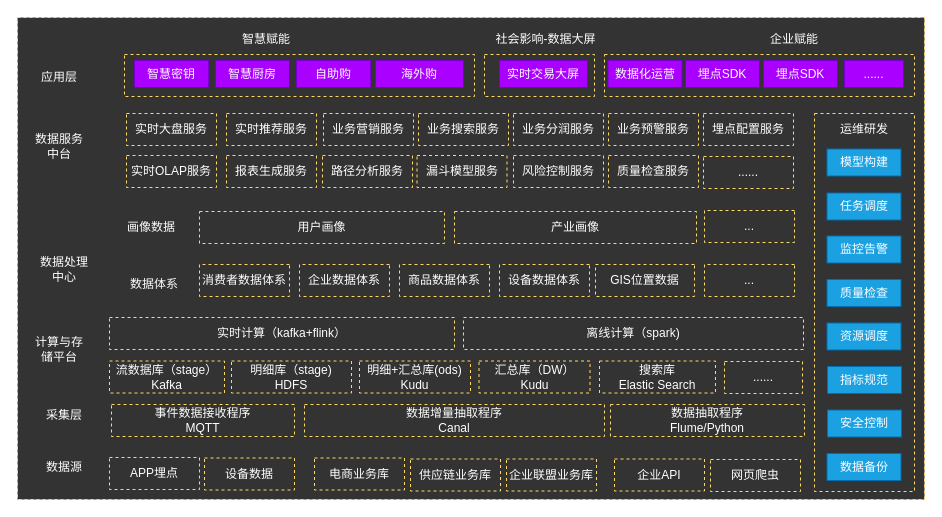
The draw.io diagram page "data-c" (5 of 5) of cgc/cgc-framework.drawio in kinvensan/drawio, before the edit. Source tidied: cells renumbered, new cells numbered last; positions are measured from the earlier drawing's top-left corner, leaving out a move shared by most shapes. Both pictures are drawn from the tidied source at 100%, with x=0, y=0 at pixel (17, 17).
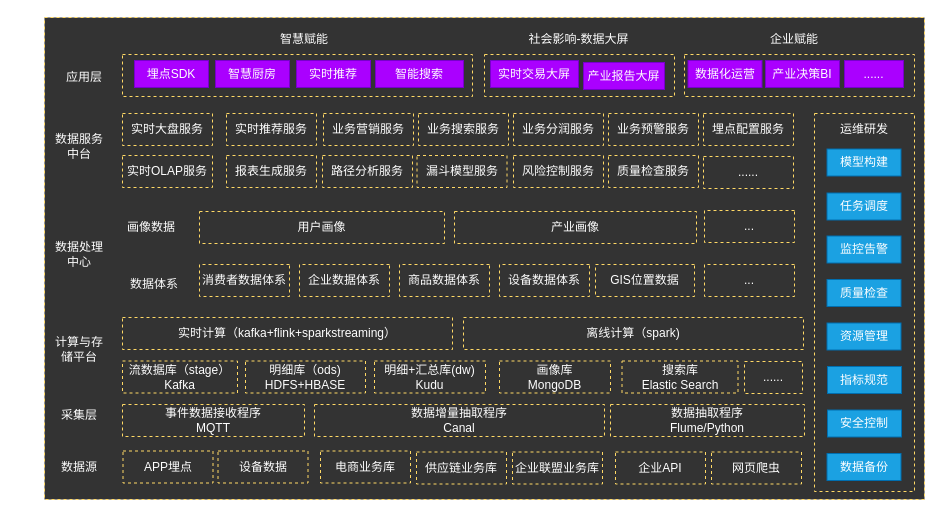
After the change.

What changed in the source:
```diff
@@
     <mxCell id="2" style="rounded=0;whiteSpace=wrap;html=1;dashed=1;strokeColor=#FFD966;fillColor=#333333;fontColor=#FFFFFF;" parent="1" vertex="1">
-      <mxGeometry width="907" height="482" as="geometry" />
+      <mxGeometry x="27" width="880" height="482" as="geometry" />
     </mxCell>
     <mxCell id="3" value="采集层" style="text;html=1;strokeColor=none;fillColor=none;align=center;verticalAlign=middle;whiteSpace=wrap;rounded=0;dashed=1;fontColor=#FFFFFF;" parent="1" vertex="1">
-      <mxGeometry x="17" y="388" width="60" height="20" as="geometry" />
+      <mxGeometry x="32" y="388" width="60" height="20" as="geometry" />
     </mxCell>
     <mxCell id="4" value="数据源" style="text;html=1;strokeColor=none;fillColor=none;align=center;verticalAlign=middle;whiteSpace=wrap;rounded=0;dashed=1;fontColor=#FFFFFF;" parent="1" vertex="1">
-      <mxGeometry x="17" y="440" width="60" height="20" as="geometry" />
+      <mxGeometry x="32" y="440" width="60" height="20" as="geometry" />
     </mxCell>
     <mxCell id="5" value="数据处理中心" style="text;html=1;strokeColor=none;fillColor=none;align=center;verticalAlign=middle;whiteSpace=wrap;rounded=0;dashed=1;fontColor=#FFFFFF;" parent="1" vertex="1">
-      <mxGeometry x="17" y="242" width="60" height="20" as="geometry" />
+      <mxGeometry x="32" y="227" width="60" height="20" as="geometry" />
     </mxCell>
     <mxCell id="6" value="应用层" style="text;html=1;strokeColor=none;fillColor=none;align=center;verticalAlign=middle;whiteSpace=wrap;rounded=0;dashed=1;fontColor=#FFFFFF;" parent="1" vertex="1">
-      <mxGeometry x="17" y="50" width="50" height="20" as="geometry" />
+      <mxGeometry x="42" y="50" width="50" height="20" as="geometry" />
     </mxCell>
     <mxCell id="7" value="&lt;span style=&quot;white-space: normal&quot;&gt;APP埋点&lt;br&gt;&lt;/span&gt;" style="rounded=0;whiteSpace=wrap;html=1;strokeColor=#FFD966;fontColor=#FFFFFF;fillColor=#333333;dashed=1;" parent="1" vertex="1">
-      <mxGeometry x="92" y="440" width="90" height="32" as="geometry" />
+      <mxGeometry x="105.5" y="433.5" width="90" height="32" as="geometry" />
     </mxCell>
     <mxCell id="8" value="&lt;span style=&quot;white-space: normal&quot;&gt;电商业务库&lt;br&gt;&lt;/span&gt;" style="rounded=0;whiteSpace=wrap;html=1;strokeColor=#FFD966;fontColor=#FFFFFF;fillColor=#333333;dashed=1;" parent="1" vertex="1">
-      <mxGeometry x="297" y="440.5" width="90" height="32" as="geometry" />
+      <mxGeometry x="303" y="433.5" width="90" height="32" as="geometry" />
     </mxCell>
     <mxCell id="9" value="&lt;span style=&quot;white-space: normal&quot;&gt;供应链业务库&lt;br&gt;&lt;/span&gt;" style="rounded=0;whiteSpace=wrap;html=1;strokeColor=#FFD966;fontColor=#FFFFFF;fillColor=#333333;dashed=1;" parent="1" vertex="1">
-      <mxGeometry x="393" y="441.5" width="90" height="32" as="geometry" />
+      <mxGeometry x="399" y="434.5" width="90" height="32" as="geometry" />
     </mxCell>
     <mxCell id="10" value="&lt;span style=&quot;white-space: normal&quot;&gt;企业联盟业务库&lt;br&gt;&lt;/span&gt;" style="rounded=0;whiteSpace=wrap;html=1;strokeColor=#FFD966;fontColor=#FFFFFF;fillColor=#333333;dashed=1;" parent="1" vertex="1">
-      <mxGeometry x="489" y="441.5" width="90" height="32" as="geometry" />
+      <mxGeometry x="495" y="434.5" width="90" height="32" as="geometry" />
     </mxCell>
     <mxCell id="11" value="&lt;span style=&quot;white-space: normal&quot;&gt;设备数据&lt;br&gt;&lt;/span&gt;" style="rounded=0;whiteSpace=wrap;html=1;strokeColor=#FFD966;fontColor=#FFFFFF;fillColor=#333333;dashed=1;" parent="1" vertex="1">
-      <mxGeometry x="187" y="440.5" width="90" height="32" as="geometry" />
+      <mxGeometry x="200.5" y="433.5" width="90" height="32" as="geometry" />
     </mxCell>
     <mxCell id="12" value="&lt;span style=&quot;white-space: normal&quot;&gt;企业API&lt;br&gt;&lt;/span&gt;" style="rounded=0;whiteSpace=wrap;html=1;strokeColor=#FFD966;fontColor=#FFFFFF;fillColor=#333333;dashed=1;" parent="1" vertex="1">
-      <mxGeometry x="597" y="441.5" width="90" height="32" as="geometry" />
+      <mxGeometry x="598" y="434.5" width="90" height="32" as="geometry" />
     </mxCell>
     <mxCell id="13" value="&lt;span style=&quot;white-space: normal&quot;&gt;网页爬虫&lt;br&gt;&lt;/span&gt;" style="rounded=0;whiteSpace=wrap;html=1;strokeColor=#FFD966;fontColor=#FFFFFF;fillColor=#333333;dashed=1;" parent="1" vertex="1">
-      <mxGeometry x="693" y="442" width="90" height="32" as="geometry" />
+      <mxGeometry x="694" y="434.5" width="90" height="32" as="geometry" />
     </mxCell>
     <mxCell id="14" value="&lt;span style=&quot;white-space: normal&quot;&gt;事件数据接收程序&lt;br&gt;MQTT&lt;br&gt;&lt;/span&gt;" style="rounded=0;whiteSpace=wrap;html=1;strokeColor=#FFD966;fontColor=#FFFFFF;fillColor=#333333;dashed=1;" parent="1" vertex="1">
-      <mxGeometry x="94" y="387" width="183" height="32" as="geometry" />
+      <mxGeometry x="105" y="387" width="182" height="32" as="geometry" />
     </mxCell>
     <mxCell id="15" value="&lt;span style=&quot;white-space: normal&quot;&gt;数据增量抽取程序&lt;br&gt;Canal&lt;br&gt;&lt;/span&gt;" style="rounded=0;whiteSpace=wrap;html=1;strokeColor=#FFD966;fontColor=#FFFFFF;fillColor=#333333;dashed=1;" parent="1" vertex="1">
-      <mxGeometry x="287" y="387" width="300" height="32" as="geometry" />
+      <mxGeometry x="297" y="387" width="290" height="32" as="geometry" />
     </mxCell>
@@
     <mxCell id="17" value="数据服务中台" style="text;html=1;strokeColor=none;fillColor=none;align=center;verticalAlign=middle;whiteSpace=wrap;rounded=0;dashed=1;fontColor=#FFFFFF;" parent="1" vertex="1">
-      <mxGeometry x="12" y="119" width="60" height="20" as="geometry" />
+      <mxGeometry x="32" y="119" width="60" height="20" as="geometry" />
     </mxCell>
     <mxCell id="18" value="&lt;span style=&quot;white-space: normal&quot;&gt;&lt;br&gt;&lt;/span&gt;" style="rounded=0;whiteSpace=wrap;html=1;strokeColor=#FFD966;fontColor=#FFFFFF;fillColor=#333333;dashed=1;" parent="1" vertex="1">
-      <mxGeometry x="107" y="37" width="350" height="42" as="geometry" />
+      <mxGeometry x="105" y="37" width="350" height="42" as="geometry" />
     </mxCell>
     <mxCell id="19" value="&lt;span style=&quot;white-space: normal&quot;&gt;&lt;br&gt;&lt;/span&gt;" style="rounded=0;whiteSpace=wrap;html=1;strokeColor=#FFD966;fontColor=#FFFFFF;fillColor=#333333;dashed=1;" parent="1" vertex="1">
-      <mxGeometry x="467" y="37" width="110" height="42" as="geometry" />
+      <mxGeometry x="467" y="37" width="190" height="42" as="geometry" />
     </mxCell>
     <mxCell id="20" value="&lt;span style=&quot;white-space: normal&quot;&gt;实时大盘服务&lt;br&gt;&lt;/span&gt;" style="rounded=0;whiteSpace=wrap;html=1;strokeColor=#FFD966;fontColor=#FFFFFF;fillColor=#333333;dashed=1;" parent="1" vertex="1">
-      <mxGeometry x="109" y="96" width="90" height="32" as="geometry" />
+      <mxGeometry x="105" y="96" width="90" height="32" as="geometry" />
     </mxCell>
@@
     <mxCell id="28" value="&lt;span style=&quot;white-space: normal&quot;&gt;实时OLAP服务&lt;br&gt;&lt;/span&gt;" style="rounded=0;whiteSpace=wrap;html=1;strokeColor=#FFD966;fontColor=#FFFFFF;fillColor=#333333;dashed=1;" parent="1" vertex="1">
-      <mxGeometry x="109" y="138" width="90" height="32" as="geometry" />
+      <mxGeometry x="105" y="138" width="90" height="32" as="geometry" />
     </mxCell>
@@
-    <mxCell id="34" value="&lt;span style=&quot;white-space: normal&quot;&gt;实时计算（kafka+flink）&lt;br&gt;&lt;/span&gt;" style="rounded=0;whiteSpace=wrap;html=1;strokeColor=#FFD966;fontColor=#FFFFFF;fillColor=#333333;dashed=1;" parent="1" vertex="1">
-      <mxGeometry x="92" y="300" width="345" height="32" as="geometry" />
+    <mxCell id="34" value="&lt;span style=&quot;white-space: normal&quot;&gt;实时计算（kafka+flink+sparkstreaming）&lt;br&gt;&lt;/span&gt;" style="rounded=0;whiteSpace=wrap;html=1;strokeColor=#FFD966;fontColor=#FFFFFF;fillColor=#333333;dashed=1;" parent="1" vertex="1">
+      <mxGeometry x="105" y="300" width="330" height="32" as="geometry" />
     </mxCell>
@@
     <mxCell id="44" value="计算与存储平台" style="text;html=1;strokeColor=none;fillColor=none;align=center;verticalAlign=middle;whiteSpace=wrap;rounded=0;dashed=1;fontColor=#FFFFFF;" parent="1" vertex="1">
-      <mxGeometry x="12" y="322" width="60" height="20" as="geometry" />
+      <mxGeometry x="32" y="322" width="60" height="20" as="geometry" />
     </mxCell>
     <mxCell id="45" value="&lt;span style=&quot;white-space: normal&quot;&gt;流数据库（&lt;/span&gt;stage）&lt;span style=&quot;white-space: normal&quot;&gt;&lt;br&gt;Kafka&lt;br&gt;&lt;/span&gt;" style="rounded=0;whiteSpace=wrap;html=1;strokeColor=#FFD966;fontColor=#FFFFFF;fillColor=#333333;dashed=1;" parent="1" vertex="1">
-      <mxGeometry x="92" y="343.5" width="115" height="32" as="geometry" />
+      <mxGeometry x="105" y="343.5" width="115" height="32" as="geometry" />
     </mxCell>
-    <mxCell id="46" value="&lt;span style=&quot;white-space: normal&quot;&gt;明细库（stage)&lt;br&gt;HDFS&lt;br&gt;&lt;/span&gt;" style="rounded=0;whiteSpace=wrap;html=1;strokeColor=#FFD966;fontColor=#FFFFFF;fillColor=#333333;dashed=1;" parent="1" vertex="1">
-      <mxGeometry x="214" y="343.5" width="120" height="32" as="geometry" />
+    <mxCell id="46" value="&lt;span style=&quot;white-space: normal&quot;&gt;明细库（ods)&lt;br&gt;HDFS+HBASE&lt;br&gt;&lt;/span&gt;" style="rounded=0;whiteSpace=wrap;html=1;strokeColor=#FFD966;fontColor=#FFFFFF;fillColor=#333333;dashed=1;" parent="1" vertex="1">
+      <mxGeometry x="228" y="343.5" width="120" height="32" as="geometry" />
     </mxCell>
     <mxCell id="47" value="&lt;span style=&quot;white-space: normal&quot;&gt;搜索库&lt;br&gt;Elastic Search&lt;br&gt;&lt;/span&gt;" style="rounded=0;whiteSpace=wrap;html=1;strokeColor=#FFD966;fontColor=#FFFFFF;fillColor=#333333;dashed=1;" parent="1" vertex="1">
-      <mxGeometry x="582" y="343.5" width="116" height="32" as="geometry" />
+      <mxGeometry x="604.5" y="343.5" width="116" height="32" as="geometry" />
     </mxCell>
-    <mxCell id="48" value="&lt;span style=&quot;white-space: normal&quot;&gt;汇总库（DW）&lt;br&gt;Kudu&lt;br&gt;&lt;/span&gt;" style="rounded=0;whiteSpace=wrap;html=1;strokeColor=#FFD966;fontColor=#FFFFFF;fillColor=#333333;dashed=1;" parent="1" vertex="1">
-      <mxGeometry x="461.5" y="343.5" width="111" height="32" as="geometry" />
+    <mxCell id="48" value="&lt;span style=&quot;white-space: normal&quot;&gt;画像库&lt;br&gt;MongoDB&lt;br&gt;&lt;/span&gt;" style="rounded=0;whiteSpace=wrap;html=1;strokeColor=#FFD966;fontColor=#FFFFFF;fillColor=#333333;dashed=1;" parent="1" vertex="1">
+      <mxGeometry x="482" y="343.5" width="111" height="32" as="geometry" />
     </mxCell>
     <mxCell id="49" value="&lt;span style=&quot;white-space: normal&quot;&gt;......&lt;br&gt;&lt;/span&gt;" style="rounded=0;whiteSpace=wrap;html=1;strokeColor=#FFD966;fontColor=#FFFFFF;fillColor=#333333;dashed=1;" parent="1" vertex="1">
-      <mxGeometry x="707" y="344" width="78" height="32" as="geometry" />
+      <mxGeometry x="727" y="344" width="58" height="32" as="geometry" />
     </mxCell>
-    <mxCell id="50" value="&lt;span style=&quot;white-space: normal&quot;&gt;明细+汇总库(ods)&lt;br&gt;&lt;/span&gt;Kudu&lt;span style=&quot;white-space: normal&quot;&gt;&lt;br&gt;&lt;/span&gt;" style="rounded=0;whiteSpace=wrap;html=1;strokeColor=#FFD966;fontColor=#FFFFFF;fillColor=#333333;dashed=1;" parent="1" vertex="1">
-      <mxGeometry x="342" y="343.5" width="111" height="32" as="geometry" />
+    <mxCell id="50" value="&lt;span style=&quot;white-space: normal&quot;&gt;明细+汇总库(dw)&lt;br&gt;&lt;/span&gt;Kudu&lt;span style=&quot;white-space: normal&quot;&gt;&lt;br&gt;&lt;/span&gt;" style="rounded=0;whiteSpace=wrap;html=1;strokeColor=#FFD966;fontColor=#FFFFFF;fillColor=#333333;dashed=1;" parent="1" vertex="1">
+      <mxGeometry x="357" y="343.5" width="111" height="32" as="geometry" />
     </mxCell>
@@
     <mxCell id="56" value="智慧赋能" style="text;html=1;strokeColor=none;fillColor=none;align=center;verticalAlign=middle;whiteSpace=wrap;rounded=0;fontColor=#FFFFFF;" parent="1" vertex="1">
-      <mxGeometry x="211" y="12" width="76" height="20" as="geometry" />
+      <mxGeometry x="249" y="12" width="76" height="20" as="geometry" />
     </mxCell>
-    <mxCell id="57" value="智慧密钥" style="rounded=0;whiteSpace=wrap;html=1;strokeColor=#7700CC;fillColor=#aa00ff;fontColor=#ffffff;" parent="1" vertex="1">
+    <mxCell id="57" value="埋点SDK" style="rounded=0;whiteSpace=wrap;html=1;strokeColor=#7700CC;fillColor=#aa00ff;fontColor=#ffffff;" parent="1" vertex="1">
       <mxGeometry x="117" y="43" width="74" height="27" as="geometry" />
     </mxCell>
@@
-    <mxCell id="60" value="自助购" style="rounded=0;whiteSpace=wrap;html=1;strokeColor=#7700CC;fillColor=#aa00ff;fontColor=#ffffff;" parent="1" vertex="1">
+    <mxCell id="60" value="实时推荐" style="rounded=0;whiteSpace=wrap;html=1;strokeColor=#7700CC;fillColor=#aa00ff;fontColor=#ffffff;" parent="1" vertex="1">
       <mxGeometry x="279" y="43" width="74" height="27" as="geometry" />
     </mxCell>
     <mxCell id="61" value="社会影响-数据大屏" style="text;html=1;strokeColor=none;fillColor=none;align=center;verticalAlign=middle;whiteSpace=wrap;rounded=0;fontColor=#FFFFFF;" parent="1" vertex="1">
-      <mxGeometry x="472" y="12" width="113" height="20" as="geometry" />
+      <mxGeometry x="504.5" y="12" width="113" height="20" as="geometry" />
     </mxCell>
     <mxCell id="62" value="实时交易大屏" style="rounded=0;whiteSpace=wrap;html=1;strokeColor=#7700CC;fillColor=#aa00ff;fontColor=#ffffff;" parent="1" vertex="1">
-      <mxGeometry x="482" y="43" width="88" height="27" as="geometry" />
+      <mxGeometry x="473" y="43" width="88" height="27" as="geometry" />
     </mxCell>
-    <mxCell id="63" value="海外购" style="rounded=0;whiteSpace=wrap;html=1;strokeColor=#7700CC;fillColor=#aa00ff;fontColor=#ffffff;" parent="1" vertex="1">
+    <mxCell id="63" value="智能搜索" style="rounded=0;whiteSpace=wrap;html=1;strokeColor=#7700CC;fillColor=#aa00ff;fontColor=#ffffff;" parent="1" vertex="1">
       <mxGeometry x="358" y="43" width="88" height="27" as="geometry" />
     </mxCell>
@@
-    <mxCell id="66" value="资源调度" style="rounded=0;whiteSpace=wrap;html=1;strokeColor=#006EAF;fillColor=#1ba1e2;fontColor=#ffffff;" parent="1" vertex="1">
+    <mxCell id="66" value="资源管理" style="rounded=0;whiteSpace=wrap;html=1;strokeColor=#006EAF;fillColor=#1ba1e2;fontColor=#ffffff;" parent="1" vertex="1">
       <mxGeometry x="809.5" y="305.5" width="74" height="27" as="geometry" />
     </mxCell>
@@
     <mxCell id="68" value="&lt;span style=&quot;white-space: normal&quot;&gt;&lt;br&gt;&lt;/span&gt;" style="rounded=0;whiteSpace=wrap;html=1;strokeColor=#FFD966;fontColor=#FFFFFF;fillColor=#333333;dashed=1;" parent="1" vertex="1">
-      <mxGeometry x="587" y="37" width="310" height="42" as="geometry" />
+      <mxGeometry x="667" y="37" width="230" height="42" as="geometry" />
     </mxCell>
     <mxCell id="69" value="数据化运营" style="rounded=0;whiteSpace=wrap;html=1;strokeColor=#7700CC;fillColor=#aa00ff;fontColor=#ffffff;" parent="1" vertex="1">
-      <mxGeometry x="590.5" y="43" width="74" height="27" as="geometry" />
+      <mxGeometry x="670.5" y="43" width="74" height="27" as="geometry" />
     </mxCell>
@@
-    <mxCell id="71" value="埋点SDK" style="rounded=0;whiteSpace=wrap;html=1;strokeColor=#7700CC;fillColor=#aa00ff;fontColor=#ffffff;" parent="1" vertex="1">
-      <mxGeometry x="668" y="43" width="74" height="27" as="geometry" />
+    <mxCell id="71" value="产业决策BI" style="rounded=0;whiteSpace=wrap;html=1;strokeColor=#7700CC;fillColor=#aa00ff;fontColor=#ffffff;" parent="1" vertex="1">
+      <mxGeometry x="748" y="43" width="74" height="27" as="geometry" />
     </mxCell>
@@
-    <mxCell id="76" value="埋点SDK" style="rounded=0;whiteSpace=wrap;html=1;strokeColor=#7700CC;fillColor=#aa00ff;fontColor=#ffffff;" parent="1" vertex="1">
-      <mxGeometry x="746" y="43" width="74" height="27" as="geometry" />
-    </mxCell>
+    <mxCell id="77" value="产业报告大屏" style="rounded=0;whiteSpace=wrap;html=1;strokeColor=#7700CC;fillColor=#aa00ff;fontColor=#ffffff;" parent="1" vertex="1">
+      <mxGeometry x="566" y="45" width="81" height="27" as="geometry" />
+    </mxCell>
```
